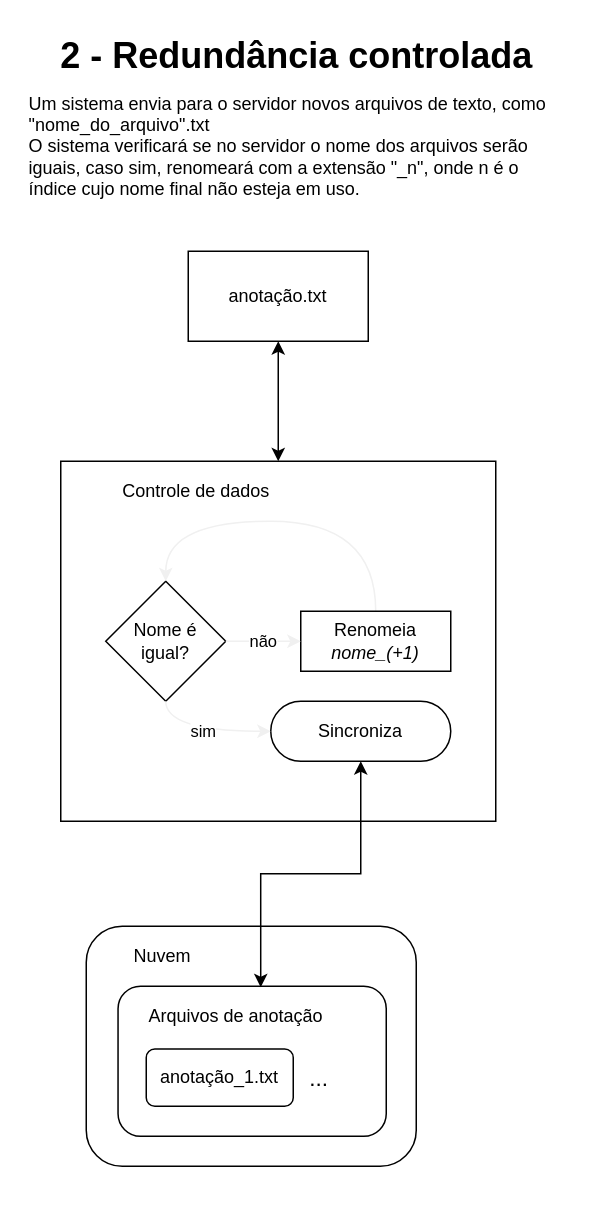
This is semana_1/lista_exerc/2_redund_controlada.drawio from yxuo/BD_1, a draw.io file, before an edit. Source tidied: cells renumbered, new cells numbered last; positions are measured from the earlier drawing's top-left corner, leaving out a move shared by most shapes. Both pictures are drawn from the tidied source at 150%, with x=0, y=0 at pixel (26, 26).
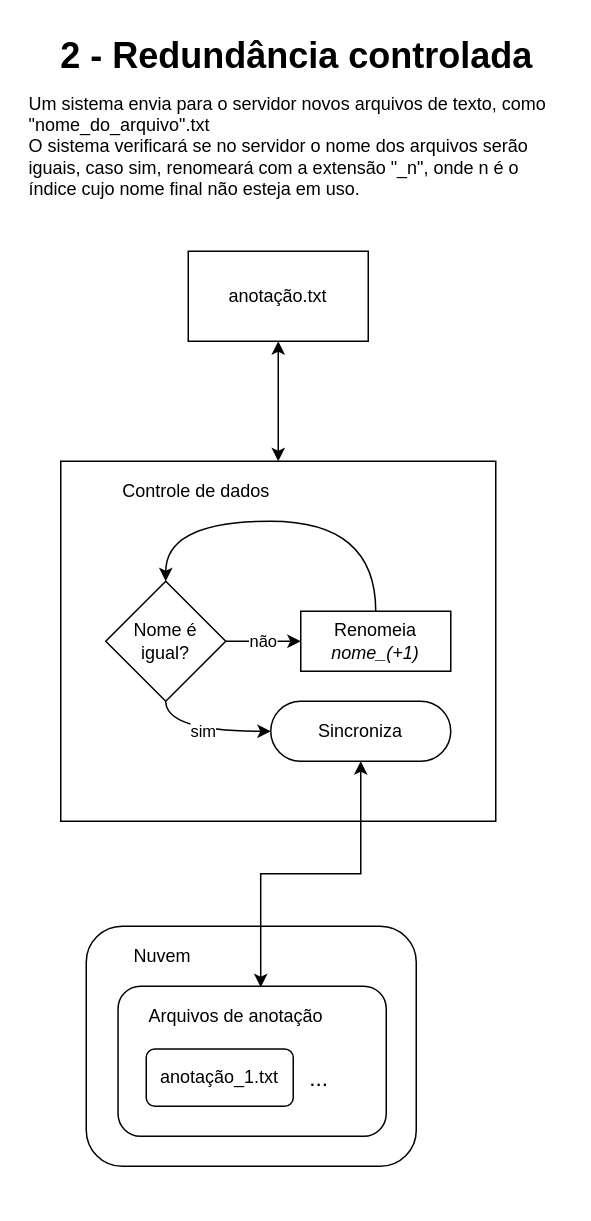
The same diagram, later.

Unchanged cells that the change refers to:
```xml
<mxCell id="13" style="group;" parent="1" vertex="1">
  <mxGeometry x="3" y="270" width="330" height="280" as="geometry" />
</mxCell>
<mxCell id="15" value="Nome é&lt;br&gt;igual?" style="rhombus;whiteSpace=wrap;html=1;" parent="13" vertex="1">
  <mxGeometry x="50" y="100" width="80" height="80" as="geometry" />
</mxCell>
<mxCell id="18" value="Renomeia&lt;br&gt;&lt;i&gt;nome_(+1)&lt;/i&gt;" style="shape=step;perimeter=stepPerimeter;whiteSpace=wrap;html=1;fixedSize=1;size=-29;" parent="13" vertex="1">
  <mxGeometry x="180" y="120" width="100" height="40" as="geometry" />
</mxCell>
<mxCell id="20" value="Sincroniza" style="whiteSpace=wrap;html=1;rounded=1;arcSize=50;" parent="13" vertex="1">
  <mxGeometry x="160" y="180" width="120" height="40" as="geometry" />
</mxCell>
```

The edit, as a diff of the source:
```diff
@@
-    <mxCell id="17" style="edgeStyle=orthogonalEdgeStyle;curved=1;jettySize=auto;html=1;entryX=0.5;entryY=0;entryDx=0;entryDy=0;strokeColor=#f0f0f0;exitX=0.5;exitY=0;exitDx=0;exitDy=0;" parent="13" edge="1" source="18" target="15">
+    <mxCell id="17" style="edgeStyle=orthogonalEdgeStyle;curved=1;jettySize=auto;html=1;entryX=0.5;entryY=0;entryDx=0;entryDy=0;exitX=0.5;exitY=0;exitDx=0;exitDy=0;" parent="13" edge="1" source="18" target="15">
       <mxGeometry relative="1" as="geometry">
         <Array as="points">
           <mxPoint x="230" y="60" />
           <mxPoint x="90" y="60" />
         </Array>
       </mxGeometry>
     </mxCell>
@@
-    <mxCell id="19" value="não" style="edgeStyle=orthogonalEdgeStyle;curved=1;jettySize=auto;html=1;exitX=1;exitY=0.5;exitDx=0;exitDy=0;entryX=0;entryY=0.5;entryDx=0;entryDy=0;strokeColor=#f0f0f0;" parent="13" edge="1" source="15" target="18">
+    <mxCell id="19" value="não" style="edgeStyle=orthogonalEdgeStyle;curved=1;jettySize=auto;html=1;exitX=1;exitY=0.5;exitDx=0;exitDy=0;entryX=0;entryY=0.5;entryDx=0;entryDy=0;" parent="13" edge="1" source="15" target="18">
       <mxGeometry relative="1" as="geometry" />
     </mxCell>
@@
-    <mxCell id="21" value="sim" style="edgeStyle=orthogonalEdgeStyle;curved=1;jettySize=auto;html=1;strokeColor=#f0f0f0;exitX=0.5;exitY=1;exitDx=0;exitDy=0;" parent="13" edge="1" source="15" target="20">
+    <mxCell id="21" value="sim" style="edgeStyle=orthogonalEdgeStyle;curved=1;jettySize=auto;html=1;exitX=0.5;exitY=1;exitDx=0;exitDy=0;" parent="13" edge="1" source="15" target="20">
       <mxGeometry relative="1" as="geometry" />
     </mxCell>
```
